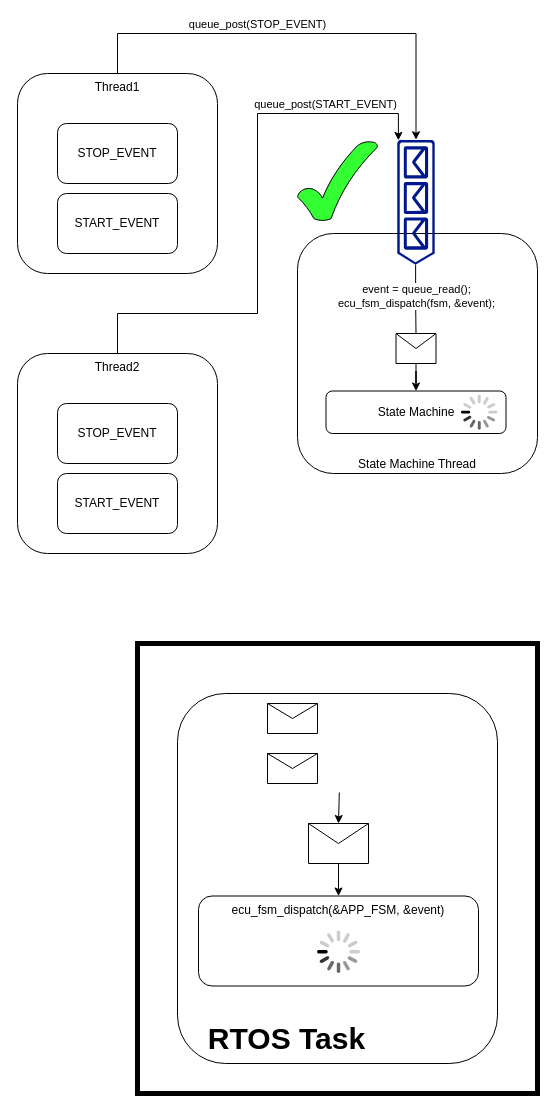
Before: page "event_driven_paradigm_event_queue" (12 of 15) of doc/images/fsm/fsm.drawio in ress059/ecu, a draw.io diagram. Source tidied: cells renumbered, new cells numbered last; positions are measured from the earlier drawing's top-left corner, leaving out a move shared by most shapes. Both pictures are drawn from the tidied source at 100%, with x=0, y=0 at pixel (17, 33).
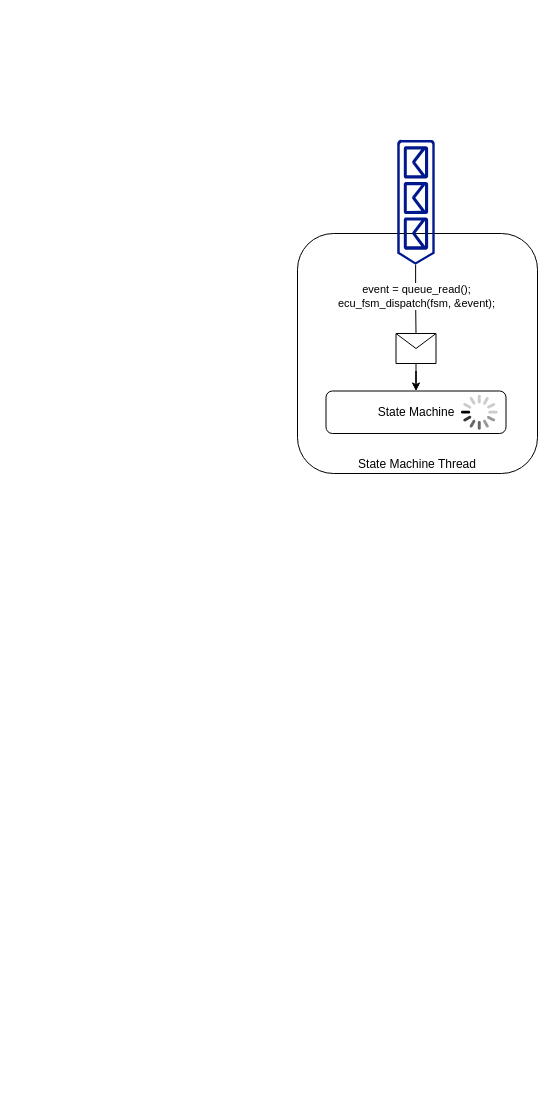
The same diagram, later.

Unchanged cells that the change refers to:
```xml
<mxCell id="15" style="sketch=0;shadow=0;dashed=0;html=1;strokeColor=none;labelPosition=center;verticalLabelPosition=bottom;verticalAlign=top;align=center;fillColor=#00188D;shape=mxgraph.azure.queue_generic;rotation=90;" parent="1" vertex="1">
  <mxGeometry x="336" y="150" width="125" height="37.5" as="geometry" />
</mxCell>
```

Change to the diagram source:
```diff
@@
-    <mxCell id="2" style="rounded=0;whiteSpace=wrap;html=1;strokeWidth=5;" parent="1" vertex="1">
-      <mxGeometry x="120" y="610" width="400" height="450" as="geometry" />
-    </mxCell>
-    <mxCell id="3" style="rounded=1;whiteSpace=wrap;html=1;" parent="1" vertex="1">
-      <mxGeometry x="160" y="660" width="320" height="370" as="geometry" />
-    </mxCell>
-    <mxCell id="4" style="edgeStyle=orthogonalEdgeStyle;rounded=0;jettySize=auto;html=1;" parent="1" edge="1" source="5" target="10">
-      <mxGeometry relative="1" as="geometry" />
-    </mxCell>
-    <mxCell id="5" style="shape=message;html=1;html=1;outlineConnect=0;labelPosition=center;verticalLabelPosition=bottom;align=center;verticalAlign=top;" parent="1" vertex="1">
-      <mxGeometry x="291" y="790" width="60" height="40" as="geometry" />
-    </mxCell>
-    <mxCell id="6" value="&lt;b&gt;&lt;font style=&quot;font-size: 30px;&quot;&gt;RTOS Task&lt;/font&gt;&lt;/b&gt;" style="text;html=1;strokeColor=none;fillColor=none;align=center;verticalAlign=middle;whiteSpace=wrap;rounded=0;" parent="1" vertex="1">
-      <mxGeometry x="179" y="990" width="181" height="30" as="geometry" />
-    </mxCell>
-    <mxCell id="7" style="shape=message;html=1;html=1;labelPosition=center;verticalLabelPosition=bottom;align=center;verticalAlign=top;" parent="1" vertex="1">
-      <mxGeometry x="250" y="720" width="50" height="30" as="geometry" />
-    </mxCell>
-    <mxCell id="8" style="shape=message;html=1;html=1;labelPosition=center;verticalLabelPosition=bottom;align=center;verticalAlign=top;" parent="1" vertex="1">
-      <mxGeometry x="250" y="670" width="50" height="30" as="geometry" />
-    </mxCell>
-    <mxCell id="9" style="endArrow=classic;html=1;rounded=0;exitX=0.481;exitY=0.979;exitDx=0;exitDy=0;exitPerimeter=0;entryX=0.5;entryY=0;entryDx=0;entryDy=0;" parent="1" edge="1" target="5">
-      <mxGeometry relative="1" as="geometry">
-        <mxPoint x="321.8" y="759" as="sourcePoint" />
-      </mxGeometry>
-    </mxCell>
-    <mxCell id="10" value="ecu_fsm_dispatch(&amp;amp;APP_FSM, &amp;amp;event)" style="rounded=1;whiteSpace=wrap;html=1;verticalAlign=top;" parent="1" vertex="1">
-      <mxGeometry x="181" y="862.5" width="280" height="90" as="geometry" />
-    </mxCell>
-    <mxCell id="11" style="html=1;verticalLabelPosition=bottom;labelBackgroundColor=#ffffff;verticalAlign=top;shadow=0;dashed=0;strokeWidth=2;shape=mxgraph.ios7.misc.loading_circle;" parent="1" vertex="1">
-      <mxGeometry x="299.5" y="897" width="43" height="42.5" as="geometry" />
-    </mxCell>
@@
-    <mxCell id="20" style="verticalLabelPosition=bottom;verticalAlign=top;html=1;shape=mxgraph.basic.tick;fillColor=#33FF33;" parent="1" vertex="1">
-      <mxGeometry x="280" y="107.5" width="80" height="80" as="geometry" />
-    </mxCell>
-    <mxCell id="21" style="edgeStyle=orthogonalEdgeStyle;rounded=0;jettySize=auto;html=1;entryX=0;entryY=0.5;entryDx=0;entryDy=0;entryPerimeter=0;exitX=0.5;exitY=0;exitDx=0;exitDy=0;" parent="1" edge="1" source="23" target="15">
-      <mxGeometry relative="1" as="geometry">
-        <Array as="points">
-          <mxPoint x="100" />
-          <mxPoint x="399" />
-        </Array>
-      </mxGeometry>
-    </mxCell>
-    <mxCell id="22" value="queue_post(STOP_EVENT)" style="edgeLabel;html=1;align=center;verticalAlign=middle;" parent="21" vertex="1">
-      <mxGeometry x="-0.37" y="3" relative="1" as="geometry">
-        <mxPoint x="39" y="-7" as="offset" />
-      </mxGeometry>
-    </mxCell>
-    <mxCell id="23" value="Thread1" style="rounded=1;whiteSpace=wrap;html=1;verticalAlign=top;" parent="1" vertex="1">
-      <mxGeometry y="40" width="200" height="200" as="geometry" />
-    </mxCell>
-    <mxCell id="24" value="STOP_EVENT" style="rounded=1;whiteSpace=wrap;html=1;" parent="1" vertex="1">
-      <mxGeometry x="40" y="90" width="120" height="60" as="geometry" />
-    </mxCell>
-    <mxCell id="25" value="START_EVENT" style="rounded=1;whiteSpace=wrap;html=1;" parent="1" vertex="1">
-      <mxGeometry x="40" y="160" width="120" height="60" as="geometry" />
-    </mxCell>
-    <mxCell id="26" style="edgeStyle=orthogonalEdgeStyle;rounded=0;jettySize=auto;html=1;entryX=0.005;entryY=0.97;entryDx=0;entryDy=0;entryPerimeter=0;" parent="1" edge="1" source="28" target="15">
-      <mxGeometry relative="1" as="geometry">
-        <Array as="points">
-          <mxPoint x="100" y="280" />
-          <mxPoint x="240" y="280" />
-          <mxPoint x="240" y="80" />
-          <mxPoint x="381" y="80" />
-        </Array>
-      </mxGeometry>
-    </mxCell>
-    <mxCell id="27" value="queue_post(START_EVENT)" style="edgeLabel;html=1;align=center;verticalAlign=middle;" parent="26" vertex="1">
-      <mxGeometry x="0.6" y="3" relative="1" as="geometry">
-        <mxPoint x="9" y="-7" as="offset" />
-      </mxGeometry>
-    </mxCell>
-    <mxCell id="28" value="Thread2" style="rounded=1;whiteSpace=wrap;html=1;verticalAlign=top;" parent="1" vertex="1">
-      <mxGeometry y="320" width="200" height="200" as="geometry" />
-    </mxCell>
-    <mxCell id="29" value="STOP_EVENT" style="rounded=1;whiteSpace=wrap;html=1;" parent="1" vertex="1">
-      <mxGeometry x="40" y="370" width="120" height="60" as="geometry" />
-    </mxCell>
-    <mxCell id="30" value="START_EVENT" style="rounded=1;whiteSpace=wrap;html=1;" parent="1" vertex="1">
-      <mxGeometry x="40" y="440" width="120" height="60" as="geometry" />
-    </mxCell>
```
